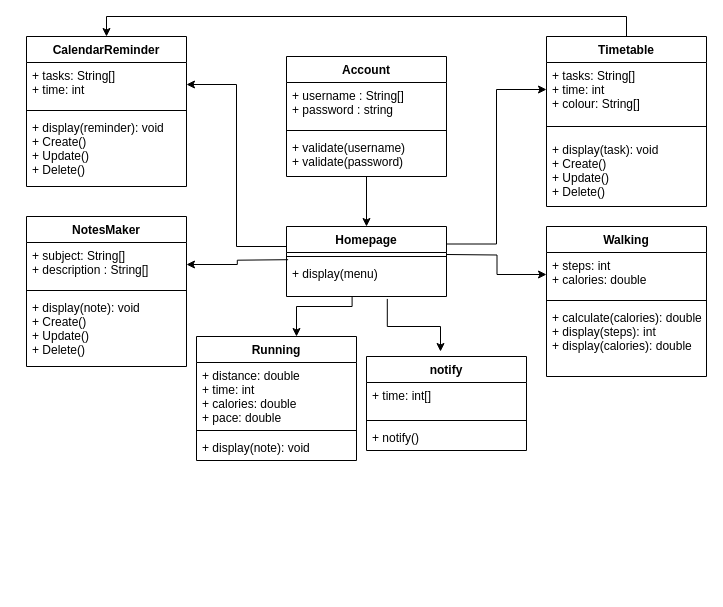
Before: classAshisu.drawio in FaizAnuar/ashisu, a draw.io diagram. Source tidied: cells renumbered, new cells numbered last; positions are measured from the earlier drawing's top-left corner, leaving out a move shared by most shapes. Both pictures are drawn from the tidied source at 100%, with x=0, y=0 at pixel (26, 16).
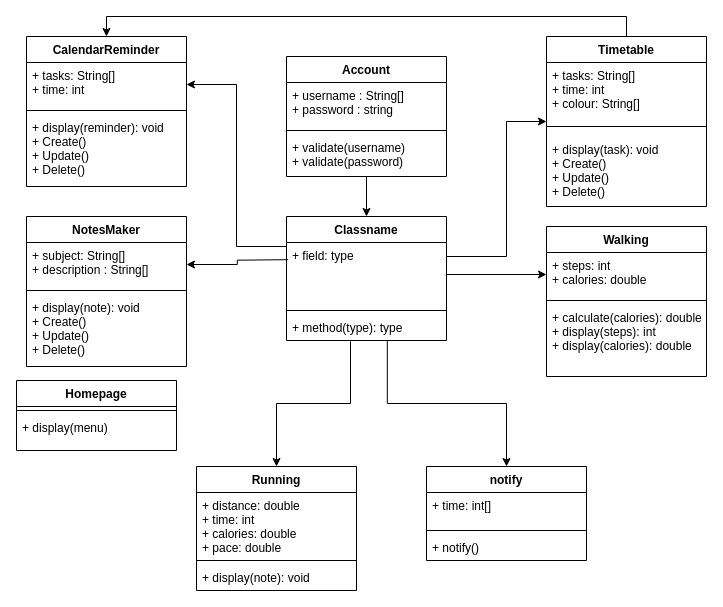
Above is the later version.

Unchanged cells that the change refers to:
```xml
<mxCell id="3" value="Account" style="swimlane;fontStyle=1;align=center;verticalAlign=top;horizontal=1;startSize=26;" parent="1" vertex="1">
  <mxGeometry x="260" y="40" width="160" height="120" as="geometry" />
</mxCell>
<mxCell id="9" value="+ display(menu)" style="text;strokeColor=none;fillColor=none;align=left;verticalAlign=top;spacingLeft=4;spacingRight=4;overflow=hidden;points=[[0,0.5],[1,0.5]];portConstraint=eastwest;" parent="7" vertex="1">
  <mxGeometry y="34" width="160" height="36" as="geometry" />
</mxCell>
<mxCell id="10" value="Timetable" style="swimlane;fontStyle=1;align=center;verticalAlign=top;horizontal=1;startSize=26;" parent="1" vertex="1">
  <mxGeometry x="520" y="20" width="160" height="170" as="geometry" />
</mxCell>
<mxCell id="11" value="+ tasks: String[]&#10;+ time: int&#10;+ colour: String[]&#10;" style="text;strokeColor=none;fillColor=none;align=left;verticalAlign=top;spacingLeft=4;spacingRight=4;overflow=hidden;points=[[0,0.5],[1,0.5]];portConstraint=eastwest;" parent="10" vertex="1">
  <mxGeometry y="26" width="160" height="54" as="geometry" />
</mxCell>
<mxCell id="24" value="+ steps: int&#10;+ calories: double" style="text;strokeColor=none;fillColor=none;align=left;verticalAlign=top;spacingLeft=4;spacingRight=4;overflow=hidden;points=[[0,0.5],[1,0.5]];portConstraint=eastwest;" parent="23" vertex="1">
  <mxGeometry y="26" width="160" height="44" as="geometry" />
</mxCell>
```

Change to the diagram source:
```diff
@@
-    <mxCell id="2" style="edgeStyle=orthogonalEdgeStyle;rounded=0;jettySize=auto;html=1;entryX=0.5;entryY=0;entryDx=0;entryDy=0;" parent="1" edge="1" source="3" target="7">
-      <mxGeometry relative="1" as="geometry" />
-    </mxCell>
+    <mxCell id="41" style="edgeStyle=orthogonalEdgeStyle;rounded=0;jettySize=auto;html=1;" parent="1" edge="1" source="3" target="45">
+      <mxGeometry relative="1" as="geometry" />
+    </mxCell>
@@
     <mxCell id="7" value="Homepage" style="swimlane;fontStyle=1;align=center;verticalAlign=top;horizontal=1;startSize=26;" parent="1" vertex="1">
-      <mxGeometry x="260" y="210" width="160" height="70" as="geometry" />
+      <mxGeometry x="-10" y="364" width="160" height="70" as="geometry" />
     </mxCell>
@@
+    <mxCell id="42" style="edgeStyle=orthogonalEdgeStyle;rounded=0;jettySize=auto;html=1;startArrow=classic;startFill=1;endArrow=none;endFill=0;" parent="1" edge="1" source="10" target="46">
+      <mxGeometry relative="1" as="geometry">
+        <Array as="points">
+          <mxPoint x="480" y="105" />
+          <mxPoint x="480" y="240" />
+        </Array>
+      </mxGeometry>
+    </mxCell>
@@
-    <mxCell id="14" style="edgeStyle=orthogonalEdgeStyle;rounded=0;jettySize=auto;html=1;entryX=0.41;entryY=1;entryDx=0;entryDy=0;entryPerimeter=0;startArrow=classic;startFill=1;endArrow=none;endFill=0;" parent="1" edge="1" source="15" target="9">
-      <mxGeometry relative="1" as="geometry">
-        <Array as="points">
-          <mxPoint x="270" y="290" />
-          <mxPoint x="326" y="290" />
-        </Array>
-      </mxGeometry>
-    </mxCell>
+    <mxCell id="43" style="edgeStyle=orthogonalEdgeStyle;rounded=0;jettySize=auto;html=1;entryX=0.4;entryY=1.031;entryDx=0;entryDy=0;entryPerimeter=0;startArrow=classic;startFill=1;endArrow=none;endFill=0;" parent="1" edge="1" source="15" target="48">
+      <mxGeometry relative="1" as="geometry" />
+    </mxCell>
     <mxCell id="15" value="Running" style="swimlane;fontStyle=1;align=center;verticalAlign=top;horizontal=1;startSize=26;" parent="1" vertex="1">
-      <mxGeometry x="170" y="320" width="160" height="124" as="geometry" />
+      <mxGeometry x="170" y="450" width="160" height="124" as="geometry" />
     </mxCell>
@@
+    <mxCell id="44" style="edgeStyle=orthogonalEdgeStyle;rounded=0;jettySize=auto;html=1;entryX=0.63;entryY=1;entryDx=0;entryDy=0;entryPerimeter=0;startArrow=classic;startFill=1;endArrow=none;endFill=0;" parent="1" edge="1" source="19" target="48">
+      <mxGeometry relative="1" as="geometry" />
+    </mxCell>
     <mxCell id="19" value="notify" style="swimlane;fontStyle=1;align=center;verticalAlign=top;horizontal=1;startSize=26;" parent="1" vertex="1">
-      <mxGeometry x="340" y="340" width="160" height="94" as="geometry" />
+      <mxGeometry x="400" y="450" width="160" height="94" as="geometry" />
     </mxCell>
@@
-    <mxCell id="35" style="edgeStyle=orthogonalEdgeStyle;rounded=0;jettySize=auto;html=1;startArrow=classic;startFill=1;endArrow=none;endFill=0;" parent="1" edge="1" source="24">
-      <mxGeometry relative="1" as="geometry">
-        <mxPoint x="420" y="238" as="targetPoint" />
-      </mxGeometry>
-    </mxCell>
@@
-    <mxCell id="38" style="edgeStyle=orthogonalEdgeStyle;rounded=0;jettySize=auto;html=1;entryX=0.63;entryY=1.067;entryDx=0;entryDy=0;entryPerimeter=0;startArrow=classic;startFill=1;endArrow=none;endFill=0;" parent="1" edge="1" target="9">
-      <mxGeometry relative="1" as="geometry">
-        <mxPoint x="414" y="335" as="sourcePoint" />
-        <Array as="points">
-          <mxPoint x="414" y="310" />
-          <mxPoint x="361" y="310" />
-        </Array>
-      </mxGeometry>
-    </mxCell>
@@
-    <mxCell id="40" style="edgeStyle=orthogonalEdgeStyle;rounded=0;jettySize=auto;html=1;entryX=1;entryY=0.25;entryDx=0;entryDy=0;startArrow=classic;startFill=1;endArrow=none;endFill=0;" parent="1" edge="1" source="11" target="7">
-      <mxGeometry relative="1" as="geometry" />
-    </mxCell>
+    <mxCell id="45" value="Classname" style="swimlane;fontStyle=1;align=center;verticalAlign=top;horizontal=1;startSize=26;" parent="1" vertex="1">
+      <mxGeometry x="260" y="200" width="160" height="124" as="geometry" />
+    </mxCell>
+    <mxCell id="46" value="+ field: type" style="text;strokeColor=none;fillColor=none;align=left;verticalAlign=top;spacingLeft=4;spacingRight=4;overflow=hidden;points=[[0,0.5],[1,0.5]];portConstraint=eastwest;" parent="45" vertex="1">
+      <mxGeometry y="26" width="160" height="64" as="geometry" />
+    </mxCell>
+    <mxCell id="47" style="line;strokeWidth=1;fillColor=none;align=left;verticalAlign=middle;spacingTop=-1;spacingLeft=3;spacingRight=3;labelPosition=right;" parent="45" vertex="1">
+      <mxGeometry y="90" width="160" height="8" as="geometry" />
+    </mxCell>
+    <mxCell id="48" value="+ method(type): type" style="text;strokeColor=none;fillColor=none;align=left;verticalAlign=top;spacingLeft=4;spacingRight=4;overflow=hidden;points=[[0,0.5],[1,0.5]];portConstraint=eastwest;" parent="45" vertex="1">
+      <mxGeometry y="98" width="160" height="26" as="geometry" />
+    </mxCell>
+    <mxCell id="49" style="edgeStyle=orthogonalEdgeStyle;rounded=0;jettySize=auto;html=1;startArrow=classic;startFill=1;endArrow=none;endFill=0;" parent="1" edge="1" source="24" target="46">
+      <mxGeometry relative="1" as="geometry" />
+    </mxCell>
```
